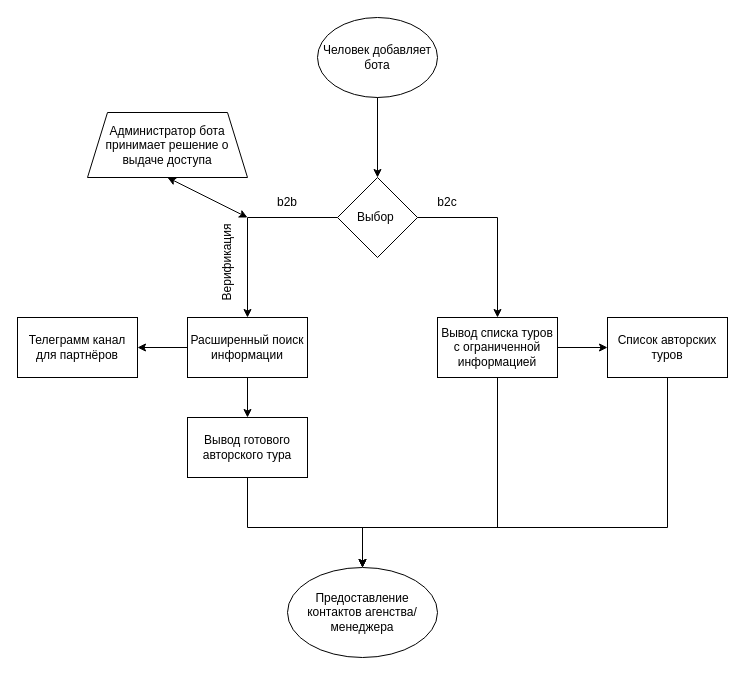
Before: diagram.drawio in ProdamGaraj/BCDTravelAgency, a draw.io diagram. Source tidied: cells renumbered, new cells numbered last; positions are measured from the earlier drawing's top-left corner, leaving out a move shared by most shapes. Both pictures are drawn from the tidied source at 100%, with x=0, y=0 at pixel (17, 17).
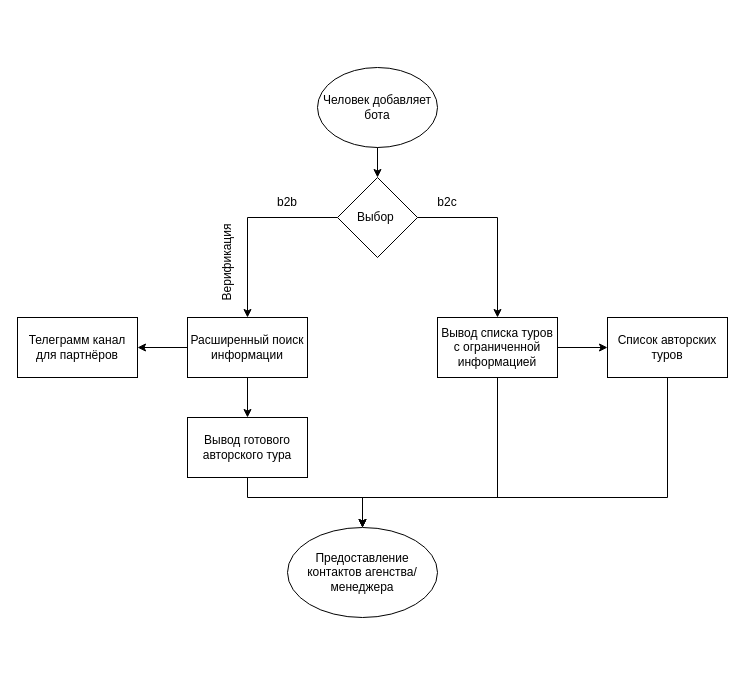
The same page after the edit.

Unchanged cells that the change refers to:
```xml
<mxCell id="8" value="Вывод списка туров с ограниченной информацией" style="rounded=0;whiteSpace=wrap;html=1;fillColor=none;strokeColor=#000000;fontColor=#000000;" parent="1" vertex="1">
  <mxGeometry x="420" y="300" width="120" height="60" as="geometry" />
</mxCell>
<mxCell id="17" value="Вывод готового авторского тура" style="rounded=0;whiteSpace=wrap;html=1;fillColor=none;strokeColor=#000000;fontColor=#000000;" parent="1" vertex="1">
  <mxGeometry x="170" y="400" width="120" height="60" as="geometry" />
</mxCell>
<mxCell id="22" value="Список авторских туров" style="whiteSpace=wrap;html=1;rounded=0;fillColor=none;strokeColor=#000000;fontColor=#000000;" parent="1" vertex="1">
  <mxGeometry x="590" y="300" width="120" height="60" as="geometry" />
</mxCell>
```

Change to the diagram source:
```diff
@@
     <mxCell id="3" value="Человек добавляет бота" style="ellipse;whiteSpace=wrap;html=1;fillColor=none;strokeColor=#000000;fontColor=#000000;" parent="1" vertex="1">
-      <mxGeometry x="300" width="120" height="80" as="geometry" />
+      <mxGeometry x="300" y="50" width="120" height="80" as="geometry" />
     </mxCell>
@@
     <mxCell id="7" style="edgeStyle=none;rounded=0;html=1;entryX=0.5;entryY=0;entryDx=0;entryDy=0;elbow=vertical;strokeColor=#000000;" parent="1" edge="1" source="8" target="23">
       <mxGeometry relative="1" as="geometry">
         <Array as="points">
-          <mxPoint x="480" y="510" />
-          <mxPoint x="345" y="510" />
+          <mxPoint x="480" y="480" />
+          <mxPoint x="345" y="480" />
         </Array>
       </mxGeometry>
     </mxCell>
@@
     <mxCell id="16" style="edgeStyle=orthogonalEdgeStyle;html=1;rounded=0;strokeColor=#000000;" parent="1" edge="1" source="17" target="23">
       <mxGeometry relative="1" as="geometry">
         <Array as="points">
-          <mxPoint x="230" y="510" />
-          <mxPoint x="345" y="510" />
+          <mxPoint x="230" y="480" />
+          <mxPoint x="345" y="480" />
         </Array>
       </mxGeometry>
     </mxCell>
@@
-    <mxCell id="19" style="endArrow=classic;startArrow=classic;html=1;exitX=0.5;exitY=1;exitDx=0;exitDy=0;strokeColor=#000000;" parent="1" edge="1" source="20">
-      <mxGeometry relative="1" as="geometry">
-        <mxPoint x="230" y="200" as="targetPoint" />
-      </mxGeometry>
-    </mxCell>
-    <mxCell id="20" value="Администратор бота принимает решение о выдаче доступа" style="shape=trapezoid;perimeter=trapezoidPerimeter;whiteSpace=wrap;html=1;fixedSize=1;fillColor=none;strokeColor=#000000;fontColor=#000000;" parent="1" vertex="1">
-      <mxGeometry x="70" y="95" width="160" height="65" as="geometry" />
-    </mxCell>
     <mxCell id="21" style="edgeStyle=orthogonalEdgeStyle;html=1;rounded=0;strokeColor=#000000;" parent="1" edge="1" source="22" target="23">
       <mxGeometry relative="1" as="geometry">
         <Array as="points">
-          <mxPoint x="650" y="510" />
-          <mxPoint x="345" y="510" />
+          <mxPoint x="650" y="480" />
+          <mxPoint x="345" y="480" />
         </Array>
       </mxGeometry>
     </mxCell>
@@
     <mxCell id="23" value="Предоставление контактов агенства/менеджера" style="ellipse;whiteSpace=wrap;html=1;fillColor=none;strokeColor=#000000;fontColor=#000000;" parent="1" vertex="1">
-      <mxGeometry x="270" y="550" width="150" height="90" as="geometry" />
+      <mxGeometry x="270" y="510" width="150" height="90" as="geometry" />
     </mxCell>
```
